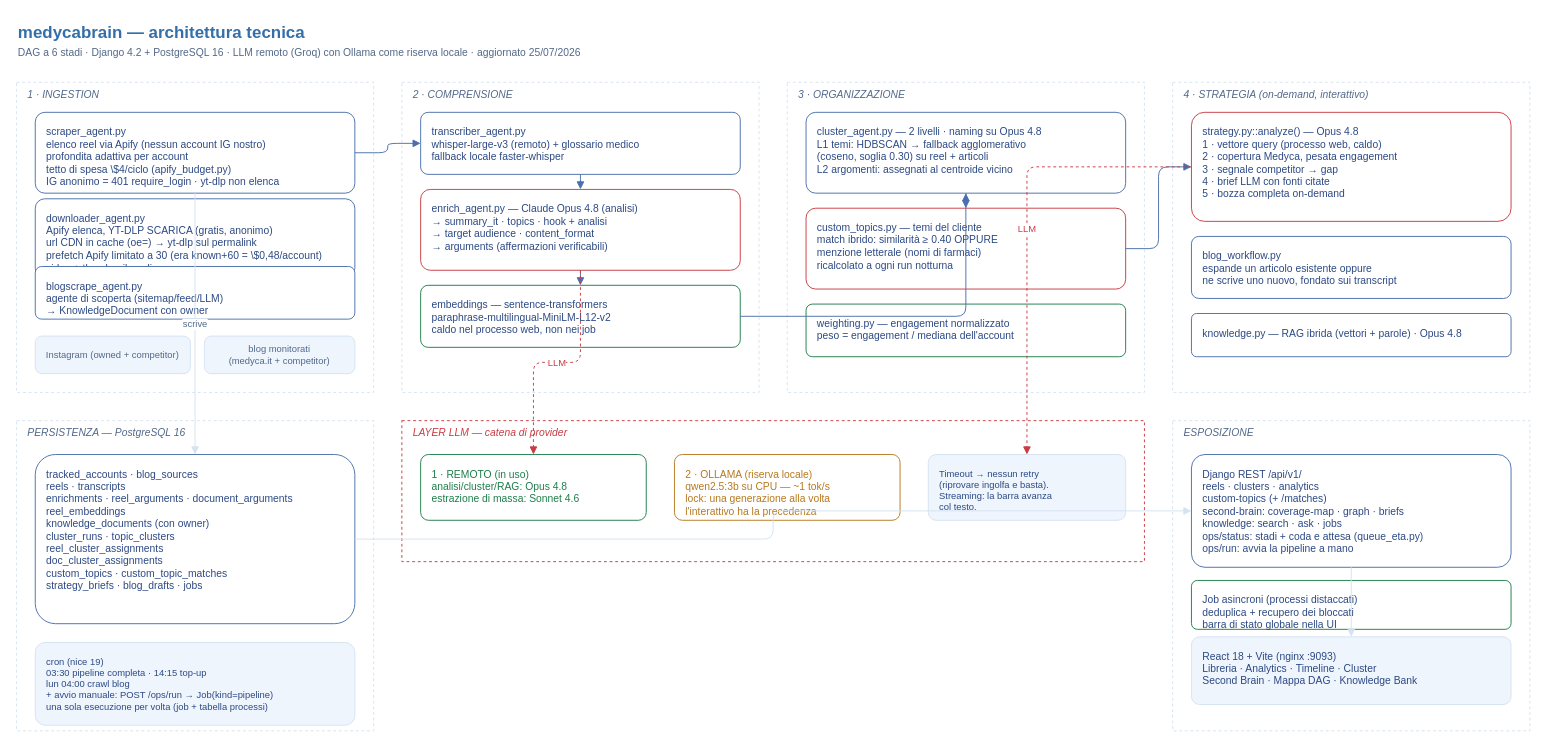
The draw.io diagram page "2 · Pipeline (dettaglio tecnico)" (2 of 3) of docs/medycabrain-pipeline-cliente.drawio in Giuseppescaffid1/medycabrain, before the edit. Source tidied: cells renumbered, new cells numbered last; positions are measured from the earlier drawing's top-left corner, leaving out a move shared by most shapes. Both pictures are drawn from the tidied source at 94%, with x=0, y=0 at pixel (16, 16).
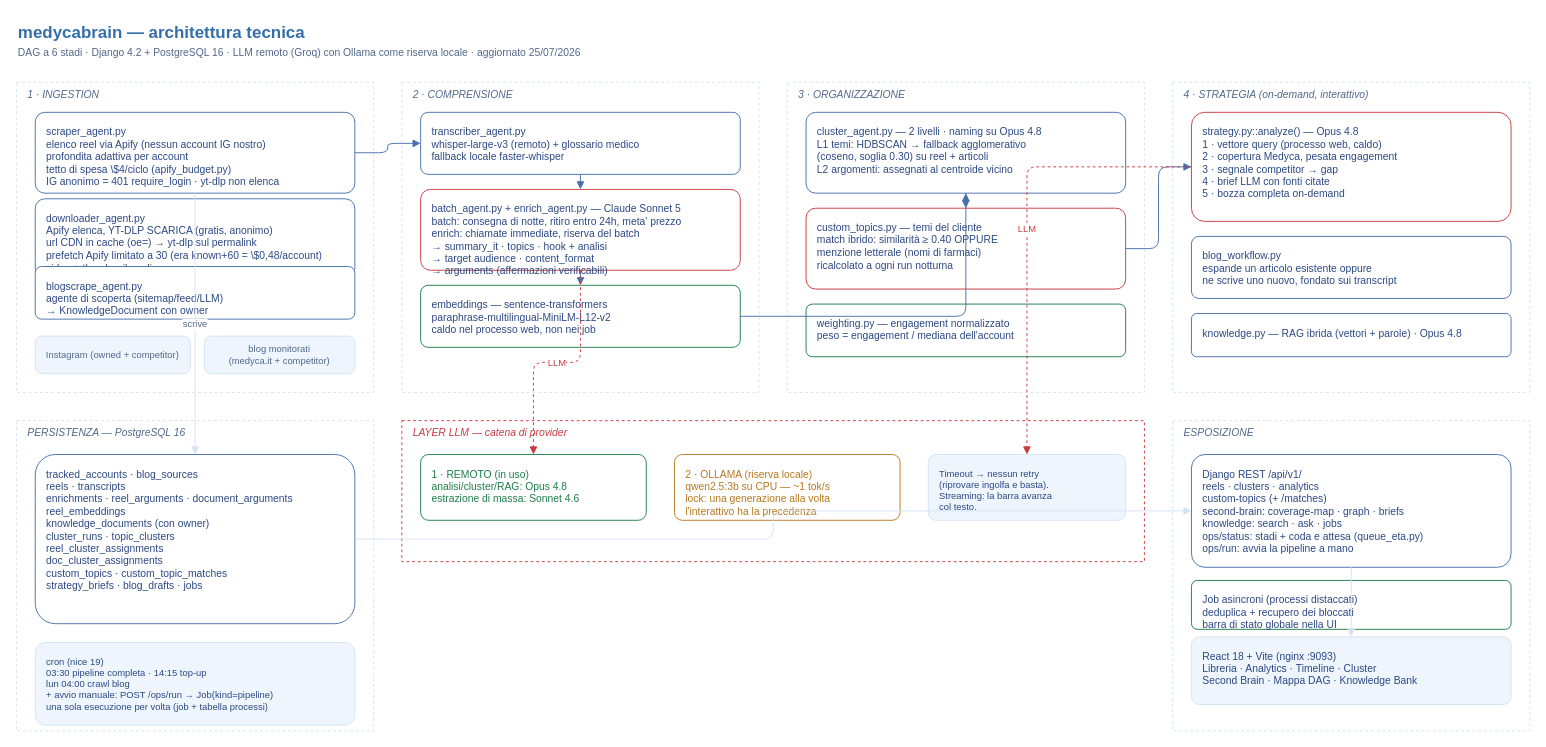
The same page after the edit.

Diff of the diagram source:
```diff
@@
-    <mxCell id="12" value="enrich_agent.py — Claude Opus 4.8 (analisi)&#10;→ summary_it · topics · hook + analisi&#10;→ target audience · content_format&#10;→ arguments (affermazioni verificabili)" style="rounded=1;whiteSpace=wrap;html=1;fillColor=#FFFFFF;strokeColor=#C93B42;fontColor=#2C4984;fontSize=11;align=left;spacingLeft=10;verticalAlign=top;spacingTop=8;arcSize=12;" parent="1" vertex="1">
+    <mxCell id="12" value="batch_agent.py + enrich_agent.py — Claude Sonnet 5&#10;batch: consegna di notte, ritiro entro 24h, meta' prezzo&#10;enrich: chiamate immediate, riserva del batch&#10;→ summary_it · topics · hook + analisi&#10;→ target audience · content_format&#10;→ arguments (affermazioni verificabili)" style="rounded=1;whiteSpace=wrap;html=1;fillColor=#FFFFFF;strokeColor=#C93B42;fontColor=#2C4984;fontSize=11;align=left;spacingLeft=10;verticalAlign=top;spacingTop=8;arcSize=12;" parent="1" vertex="1">
       <mxGeometry x="430" y="184" width="340" height="86" as="geometry" />
     </mxCell>
```
